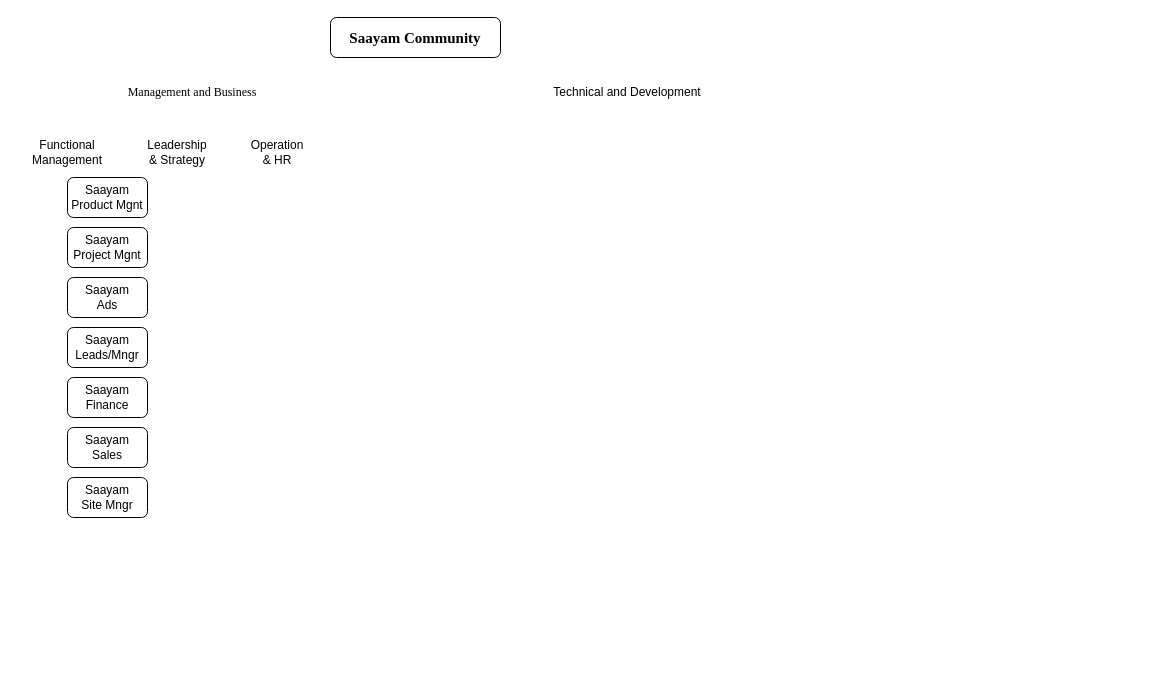
PallaviChitrada10/PallaviChitrada keeps this draw.io diagram as Saayam.drawio. Above is the earlier version. Source tidied: cells renumbered, new cells numbered last; positions are measured from the earlier drawing's top-left corner, leaving out a move shared by most shapes. Both pictures are drawn from the tidied source at 100%, with x=0, y=0 at pixel (37, 17).
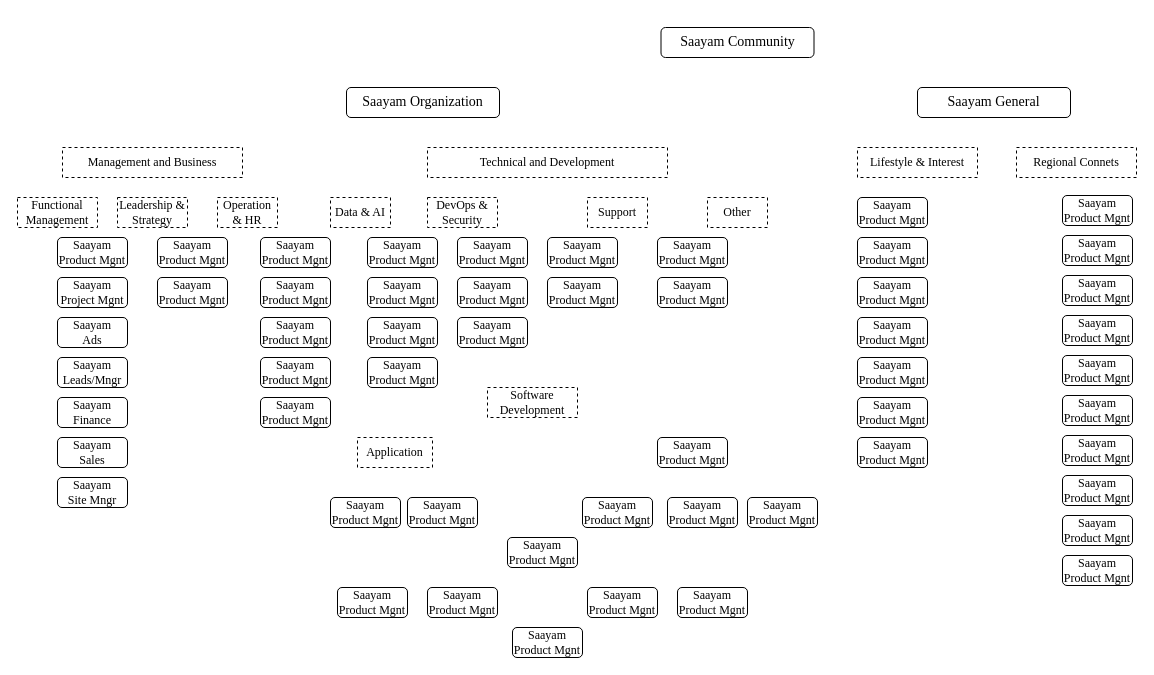
The same page after the edit.

Diff of the diagram source:
```diff
@@
-    <mxCell id="2" value="&lt;font style=&quot;font-size: 15px;&quot;&gt;&lt;b style=&quot;&quot;&gt;Saayam Community&lt;/b&gt;&lt;/font&gt;" style="rounded=1;whiteSpace=wrap;html=1;fontFamily=Times New Roman;" parent="1" vertex="1">
-      <mxGeometry x="293" width="170" height="40" as="geometry" />
+    <mxCell id="2" value="&lt;font&gt;Saayam Organization&lt;/font&gt;" style="rounded=1;whiteSpace=wrap;html=1;fontFamily=Times New Roman;fontSize=14;labelBackgroundColor=none;" parent="1" vertex="1">
+      <mxGeometry x="309" y="70" width="153" height="30" as="geometry" />
     </mxCell>
-    <mxCell id="3" value="Management and Business" style="text;html=1;align=center;verticalAlign=middle;whiteSpace=wrap;rounded=0;fontFamily=Times New Roman;" parent="1" vertex="1">
-      <mxGeometry x="80" y="60" width="150" height="30" as="geometry" />
+    <mxCell id="3" value="Management and Business" style="text;html=1;align=center;verticalAlign=middle;whiteSpace=wrap;rounded=0;fontFamily=Times New Roman;labelBackgroundColor=none;fillColor=default;strokeColor=default;dashed=1;" parent="1" vertex="1">
+      <mxGeometry x="25" y="130" width="180" height="30" as="geometry" />
     </mxCell>
-    <mxCell id="4" value="Technical and Development" style="text;html=1;align=center;verticalAlign=middle;whiteSpace=wrap;rounded=0;" parent="1" vertex="1">
-      <mxGeometry x="470" y="60" width="240" height="30" as="geometry" />
+    <mxCell id="4" value="Technical and Development" style="text;html=1;align=center;verticalAlign=middle;whiteSpace=wrap;rounded=0;fontFamily=Times New Roman;labelBackgroundColor=none;fillColor=default;strokeColor=default;dashed=1;" parent="1" vertex="1">
+      <mxGeometry x="390" y="130" width="240" height="30" as="geometry" />
     </mxCell>
-    <mxCell id="5" value="Leadership &amp;amp; Strategy" style="text;html=1;align=center;verticalAlign=middle;whiteSpace=wrap;rounded=0;" parent="1" vertex="1">
-      <mxGeometry x="110" y="120" width="60" height="30" as="geometry" />
+    <mxCell id="5" value="Leadership &amp;amp; Strategy" style="text;html=1;align=center;verticalAlign=middle;whiteSpace=wrap;rounded=0;fontFamily=Times New Roman;labelBackgroundColor=none;fillColor=default;strokeColor=default;dashed=1;" parent="1" vertex="1">
+      <mxGeometry x="80" y="180" width="70" height="30" as="geometry" />
     </mxCell>
-    <mxCell id="6" value="Operation &amp;amp; HR" style="text;html=1;align=center;verticalAlign=middle;whiteSpace=wrap;rounded=0;" parent="1" vertex="1">
-      <mxGeometry x="210" y="120" width="60" height="30" as="geometry" />
+    <mxCell id="6" value="Operation &amp;amp; HR" style="text;html=1;align=center;verticalAlign=middle;whiteSpace=wrap;rounded=0;fontFamily=Times New Roman;labelBackgroundColor=none;fillColor=default;strokeColor=default;dashed=1;" parent="1" vertex="1">
+      <mxGeometry x="180" y="180" width="60" height="30" as="geometry" />
     </mxCell>
-    <mxCell id="7" value="Functional Management" style="text;html=1;align=center;verticalAlign=middle;whiteSpace=wrap;rounded=0;" parent="1" vertex="1">
-      <mxGeometry y="120" width="60" height="30" as="geometry" />
+    <mxCell id="7" value="Functional Management" style="text;html=1;align=center;verticalAlign=middle;whiteSpace=wrap;rounded=0;fontFamily=Times New Roman;labelBackgroundColor=none;fillColor=default;strokeColor=default;dashed=1;" parent="1" vertex="1">
+      <mxGeometry x="-20" y="180" width="80" height="30" as="geometry" />
     </mxCell>
-    <mxCell id="8" value="Saayam&lt;br&gt;Product Mgnt" style="rounded=1;whiteSpace=wrap;html=1;" parent="1" vertex="1">
-      <mxGeometry x="30" y="160" width="80" height="40" as="geometry" />
+    <mxCell id="8" value="Saayam&lt;br&gt;Product Mgnt" style="rounded=1;whiteSpace=wrap;html=1;fontFamily=Times New Roman;labelBackgroundColor=none;" parent="1" vertex="1">
+      <mxGeometry x="20" y="220" width="70" height="30" as="geometry" />
     </mxCell>
-    <mxCell id="9" value="Saayam&lt;br&gt;Project Mgnt" style="rounded=1;whiteSpace=wrap;html=1;" parent="1" vertex="1">
-      <mxGeometry x="30" y="210" width="80" height="40" as="geometry" />
+    <mxCell id="9" value="Saayam&lt;br&gt;Project Mgnt" style="rounded=1;whiteSpace=wrap;html=1;fontFamily=Times New Roman;labelBackgroundColor=none;" parent="1" vertex="1">
+      <mxGeometry x="20" y="260" width="70" height="30" as="geometry" />
     </mxCell>
-    <mxCell id="10" value="Saayam&lt;br&gt;Ads" style="rounded=1;whiteSpace=wrap;html=1;" parent="1" vertex="1">
-      <mxGeometry x="30" y="260" width="80" height="40" as="geometry" />
+    <mxCell id="10" value="Saayam&lt;br&gt;Ads" style="rounded=1;whiteSpace=wrap;html=1;fontFamily=Times New Roman;labelBackgroundColor=none;" parent="1" vertex="1">
+      <mxGeometry x="20" y="300" width="70" height="30" as="geometry" />
     </mxCell>
-    <mxCell id="11" value="Saayam&lt;br&gt;Leads/Mngr" style="rounded=1;whiteSpace=wrap;html=1;" parent="1" vertex="1">
-      <mxGeometry x="30" y="310" width="80" height="40" as="geometry" />
+    <mxCell id="11" value="Saayam&lt;br&gt;Leads/Mngr" style="rounded=1;whiteSpace=wrap;html=1;fontFamily=Times New Roman;labelBackgroundColor=none;" parent="1" vertex="1">
+      <mxGeometry x="20" y="340" width="70" height="30" as="geometry" />
     </mxCell>
-    <mxCell id="12" value="Saayam&lt;br&gt;Finance" style="rounded=1;whiteSpace=wrap;html=1;" parent="1" vertex="1">
-      <mxGeometry x="30" y="360" width="80" height="40" as="geometry" />
+    <mxCell id="12" value="Saayam&lt;br&gt;Finance" style="rounded=1;whiteSpace=wrap;html=1;fontFamily=Times New Roman;labelBackgroundColor=none;" parent="1" vertex="1">
+      <mxGeometry x="20" y="380" width="70" height="30" as="geometry" />
     </mxCell>
-    <mxCell id="13" value="Saayam&lt;br&gt;Sales" style="rounded=1;whiteSpace=wrap;html=1;" parent="1" vertex="1">
-      <mxGeometry x="30" y="410" width="80" height="40" as="geometry" />
+    <mxCell id="13" value="Saayam&lt;br&gt;Sales" style="rounded=1;whiteSpace=wrap;html=1;fontFamily=Times New Roman;labelBackgroundColor=none;" parent="1" vertex="1">
+      <mxGeometry x="20" y="420" width="70" height="30" as="geometry" />
     </mxCell>
-    <mxCell id="14" value="Saayam&lt;br&gt;Site Mngr" style="rounded=1;whiteSpace=wrap;html=1;" parent="1" vertex="1">
-      <mxGeometry x="30" y="460" width="80" height="40" as="geometry" />
+    <mxCell id="14" value="Saayam&lt;br&gt;Site Mngr" style="rounded=1;whiteSpace=wrap;html=1;fontFamily=Times New Roman;labelBackgroundColor=none;" parent="1" vertex="1">
+      <mxGeometry x="20" y="460" width="70" height="30" as="geometry" />
     </mxCell>
+    <mxCell id="15" value="Saayam&lt;br&gt;Product Mgnt" style="rounded=1;whiteSpace=wrap;html=1;fontFamily=Times New Roman;labelBackgroundColor=none;" parent="1" vertex="1">
+      <mxGeometry x="120" y="220" width="70" height="30" as="geometry" />
+    </mxCell>
+    <mxCell id="16" value="Saayam&lt;br&gt;Product Mgnt" style="rounded=1;whiteSpace=wrap;html=1;fontFamily=Times New Roman;labelBackgroundColor=none;" parent="1" vertex="1">
+      <mxGeometry x="223" y="220" width="70" height="30" as="geometry" />
+    </mxCell>
+    <mxCell id="17" value="Saayam&lt;br&gt;Product Mgnt" style="rounded=1;whiteSpace=wrap;html=1;fontFamily=Times New Roman;labelBackgroundColor=none;" parent="1" vertex="1">
+      <mxGeometry x="120" y="260" width="70" height="30" as="geometry" />
+    </mxCell>
+    <mxCell id="18" value="Saayam&lt;br&gt;Product Mgnt" style="rounded=1;whiteSpace=wrap;html=1;fontFamily=Times New Roman;labelBackgroundColor=none;" parent="1" vertex="1">
+      <mxGeometry x="223" y="260" width="70" height="30" as="geometry" />
+    </mxCell>
+    <mxCell id="19" value="Saayam&lt;br&gt;Product Mgnt" style="rounded=1;whiteSpace=wrap;html=1;fontFamily=Times New Roman;labelBackgroundColor=none;" parent="1" vertex="1">
+      <mxGeometry x="223" y="300" width="70" height="30" as="geometry" />
+    </mxCell>
+    <mxCell id="20" value="Saayam&lt;br&gt;Product Mgnt" style="rounded=1;whiteSpace=wrap;html=1;fontFamily=Times New Roman;labelBackgroundColor=none;" parent="1" vertex="1">
+      <mxGeometry x="223" y="340" width="70" height="30" as="geometry" />
+    </mxCell>
+    <mxCell id="21" value="Saayam&lt;br&gt;Product Mgnt" style="rounded=1;whiteSpace=wrap;html=1;fontFamily=Times New Roman;labelBackgroundColor=none;" parent="1" vertex="1">
+      <mxGeometry x="223" y="380" width="70" height="30" as="geometry" />
+    </mxCell>
+    <mxCell id="22" value="&lt;font&gt;Saayam Community&lt;/font&gt;" style="rounded=1;whiteSpace=wrap;html=1;fontFamily=Times New Roman;fontSize=14;labelBackgroundColor=none;" parent="1" vertex="1">
+      <mxGeometry x="623.5" y="10" width="153" height="30" as="geometry" />
+    </mxCell>
+    <mxCell id="23" value="&lt;font&gt;Saayam General&lt;/font&gt;" style="rounded=1;whiteSpace=wrap;html=1;fontFamily=Times New Roman;fontSize=14;labelBackgroundColor=none;" parent="1" vertex="1">
+      <mxGeometry x="880" y="70" width="153" height="30" as="geometry" />
+    </mxCell>
+    <mxCell id="24" value="Saayam&lt;br&gt;Product Mgnt" style="rounded=1;whiteSpace=wrap;html=1;fontFamily=Times New Roman;labelBackgroundColor=none;" parent="1" vertex="1">
+      <mxGeometry x="330" y="220" width="70" height="30" as="geometry" />
+    </mxCell>
+    <mxCell id="25" value="Saayam&lt;br&gt;Product Mgnt" style="rounded=1;whiteSpace=wrap;html=1;fontFamily=Times New Roman;labelBackgroundColor=none;" parent="1" vertex="1">
+      <mxGeometry x="330" y="260" width="70" height="30" as="geometry" />
+    </mxCell>
+    <mxCell id="26" value="Saayam&lt;br&gt;Product Mgnt" style="rounded=1;whiteSpace=wrap;html=1;fontFamily=Times New Roman;labelBackgroundColor=none;" parent="1" vertex="1">
+      <mxGeometry x="330" y="300" width="70" height="30" as="geometry" />
+    </mxCell>
+    <mxCell id="27" value="Data &amp;amp; AI" style="text;html=1;align=center;verticalAlign=middle;whiteSpace=wrap;rounded=0;fontFamily=Times New Roman;labelBackgroundColor=none;fillColor=default;strokeColor=default;dashed=1;" parent="1" vertex="1">
+      <mxGeometry x="293" y="180" width="60" height="30" as="geometry" />
+    </mxCell>
+    <mxCell id="28" value="Other" style="text;html=1;align=center;verticalAlign=middle;whiteSpace=wrap;rounded=0;fontFamily=Times New Roman;labelBackgroundColor=none;fillColor=default;strokeColor=default;dashed=1;" parent="1" vertex="1">
+      <mxGeometry x="670" y="180" width="60" height="30" as="geometry" />
+    </mxCell>
+    <mxCell id="29" value="DevOps &amp;amp; Security" style="text;html=1;align=center;verticalAlign=middle;whiteSpace=wrap;rounded=0;fontFamily=Times New Roman;labelBackgroundColor=none;fillColor=default;strokeColor=default;dashed=1;" parent="1" vertex="1">
+      <mxGeometry x="390" y="180" width="70" height="30" as="geometry" />
+    </mxCell>
+    <mxCell id="30" value="Support" style="text;html=1;align=center;verticalAlign=middle;whiteSpace=wrap;rounded=0;fontFamily=Times New Roman;labelBackgroundColor=none;fillColor=default;strokeColor=default;dashed=1;" parent="1" vertex="1">
+      <mxGeometry x="550" y="180" width="60" height="30" as="geometry" />
+    </mxCell>
+    <mxCell id="31" value="Saayam&lt;br&gt;Product Mgnt" style="rounded=1;whiteSpace=wrap;html=1;fontFamily=Times New Roman;labelBackgroundColor=none;" parent="1" vertex="1">
+      <mxGeometry x="330" y="340" width="70" height="30" as="geometry" />
+    </mxCell>
+    <mxCell id="32" value="Saayam&lt;br&gt;Product Mgnt" style="rounded=1;whiteSpace=wrap;html=1;fontFamily=Times New Roman;labelBackgroundColor=none;" parent="1" vertex="1">
+      <mxGeometry x="420" y="220" width="70" height="30" as="geometry" />
+    </mxCell>
+    <mxCell id="33" value="Saayam&lt;br&gt;Product Mgnt" style="rounded=1;whiteSpace=wrap;html=1;fontFamily=Times New Roman;labelBackgroundColor=none;" parent="1" vertex="1">
+      <mxGeometry x="420" y="260" width="70" height="30" as="geometry" />
+    </mxCell>
+    <mxCell id="34" value="Saayam&lt;br&gt;Product Mgnt" style="rounded=1;whiteSpace=wrap;html=1;fontFamily=Times New Roman;labelBackgroundColor=none;" parent="1" vertex="1">
+      <mxGeometry x="420" y="300" width="70" height="30" as="geometry" />
+    </mxCell>
+    <mxCell id="35" value="Saayam&lt;br&gt;Product Mgnt" style="rounded=1;whiteSpace=wrap;html=1;fontFamily=Times New Roman;labelBackgroundColor=none;" parent="1" vertex="1">
+      <mxGeometry x="510" y="220" width="70" height="30" as="geometry" />
+    </mxCell>
+    <mxCell id="36" value="Saayam&lt;br&gt;Product Mgnt" style="rounded=1;whiteSpace=wrap;html=1;fontFamily=Times New Roman;labelBackgroundColor=none;" parent="1" vertex="1">
+      <mxGeometry x="510" y="260" width="70" height="30" as="geometry" />
+    </mxCell>
+    <mxCell id="37" value="Saayam&lt;br&gt;Product Mgnt" style="rounded=1;whiteSpace=wrap;html=1;fontFamily=Times New Roman;labelBackgroundColor=none;" parent="1" vertex="1">
+      <mxGeometry x="620" y="220" width="70" height="30" as="geometry" />
+    </mxCell>
+    <mxCell id="38" value="Saayam&lt;br&gt;Product Mgnt" style="rounded=1;whiteSpace=wrap;html=1;fontFamily=Times New Roman;labelBackgroundColor=none;" parent="1" vertex="1">
+      <mxGeometry x="620" y="260" width="70" height="30" as="geometry" />
+    </mxCell>
+    <mxCell id="39" value="Software Development" style="text;html=1;align=center;verticalAlign=middle;whiteSpace=wrap;rounded=0;fontFamily=Times New Roman;labelBackgroundColor=none;fillColor=default;strokeColor=default;dashed=1;" parent="1" vertex="1">
+      <mxGeometry x="450" y="370" width="90" height="30" as="geometry" />
+    </mxCell>
+    <mxCell id="40" value="Application" style="text;html=1;align=center;verticalAlign=middle;whiteSpace=wrap;rounded=0;fontFamily=Times New Roman;labelBackgroundColor=none;fillColor=default;strokeColor=default;dashed=1;" parent="1" vertex="1">
+      <mxGeometry x="320" y="420" width="75" height="30" as="geometry" />
+    </mxCell>
+    <mxCell id="41" value="Saayam&lt;br&gt;Product Mgnt" style="rounded=1;whiteSpace=wrap;html=1;fontFamily=Times New Roman;labelBackgroundColor=none;" parent="1" vertex="1">
+      <mxGeometry x="293" y="480" width="70" height="30" as="geometry" />
+    </mxCell>
+    <mxCell id="42" value="Saayam&lt;br&gt;Product Mgnt" style="rounded=1;whiteSpace=wrap;html=1;fontFamily=Times New Roman;labelBackgroundColor=none;" parent="1" vertex="1">
+      <mxGeometry x="370" y="480" width="70" height="30" as="geometry" />
+    </mxCell>
+    <mxCell id="43" value="Saayam&lt;br&gt;Product Mgnt" style="rounded=1;whiteSpace=wrap;html=1;fontFamily=Times New Roman;labelBackgroundColor=none;" parent="1" vertex="1">
+      <mxGeometry x="470" y="520" width="70" height="30" as="geometry" />
+    </mxCell>
+    <mxCell id="44" value="Saayam&lt;br&gt;Product Mgnt" style="rounded=1;whiteSpace=wrap;html=1;fontFamily=Times New Roman;labelBackgroundColor=none;" parent="1" vertex="1">
+      <mxGeometry x="620" y="420" width="70" height="30" as="geometry" />
+    </mxCell>
+    <mxCell id="45" value="Saayam&lt;br&gt;Product Mgnt" style="rounded=1;whiteSpace=wrap;html=1;fontFamily=Times New Roman;labelBackgroundColor=none;" parent="1" vertex="1">
+      <mxGeometry x="300" y="570" width="70" height="30" as="geometry" />
+    </mxCell>
+    <mxCell id="46" value="Saayam&lt;br&gt;Product Mgnt" style="rounded=1;whiteSpace=wrap;html=1;fontFamily=Times New Roman;labelBackgroundColor=none;" parent="1" vertex="1">
+      <mxGeometry x="390" y="570" width="70" height="30" as="geometry" />
+    </mxCell>
+    <mxCell id="47" value="Saayam&lt;br&gt;Product Mgnt" style="rounded=1;whiteSpace=wrap;html=1;fontFamily=Times New Roman;labelBackgroundColor=none;" parent="1" vertex="1">
+      <mxGeometry x="475" y="610" width="70" height="30" as="geometry" />
+    </mxCell>
+    <mxCell id="48" value="Saayam&lt;br&gt;Product Mgnt" style="rounded=1;whiteSpace=wrap;html=1;fontFamily=Times New Roman;labelBackgroundColor=none;" parent="1" vertex="1">
+      <mxGeometry x="550" y="570" width="70" height="30" as="geometry" />
+    </mxCell>
+    <mxCell id="49" value="Saayam&lt;br&gt;Product Mgnt" style="rounded=1;whiteSpace=wrap;html=1;fontFamily=Times New Roman;labelBackgroundColor=none;" parent="1" vertex="1">
+      <mxGeometry x="640" y="570" width="70" height="30" as="geometry" />
+    </mxCell>
+    <mxCell id="50" value="Saayam&lt;br&gt;Product Mgnt" style="rounded=1;whiteSpace=wrap;html=1;fontFamily=Times New Roman;labelBackgroundColor=none;" parent="1" vertex="1">
+      <mxGeometry x="545" y="480" width="70" height="30" as="geometry" />
+    </mxCell>
+    <mxCell id="51" value="Saayam&lt;br&gt;Product Mgnt" style="rounded=1;whiteSpace=wrap;html=1;fontFamily=Times New Roman;labelBackgroundColor=none;" parent="1" vertex="1">
+      <mxGeometry x="630" y="480" width="70" height="30" as="geometry" />
+    </mxCell>
+    <mxCell id="52" value="Saayam&lt;br&gt;Product Mgnt" style="rounded=1;whiteSpace=wrap;html=1;fontFamily=Times New Roman;labelBackgroundColor=none;" parent="1" vertex="1">
+      <mxGeometry x="710" y="480" width="70" height="30" as="geometry" />
+    </mxCell>
+    <mxCell id="53" value="Lifestyle &amp;amp; Interest" style="text;html=1;align=center;verticalAlign=middle;whiteSpace=wrap;rounded=0;fontFamily=Times New Roman;labelBackgroundColor=none;fillColor=default;strokeColor=default;dashed=1;" parent="1" vertex="1">
+      <mxGeometry x="820" y="130" width="120" height="30" as="geometry" />
+    </mxCell>
+    <mxCell id="54" value="Regional Connets" style="text;html=1;align=center;verticalAlign=middle;whiteSpace=wrap;rounded=0;fontFamily=Times New Roman;labelBackgroundColor=none;fillColor=default;strokeColor=default;dashed=1;" parent="1" vertex="1">
+      <mxGeometry x="979" y="130" width="120" height="30" as="geometry" />
+    </mxCell>
+    <mxCell id="55" value="Saayam&lt;br&gt;Product Mgnt" style="rounded=1;whiteSpace=wrap;html=1;fontFamily=Times New Roman;labelBackgroundColor=none;" parent="1" vertex="1">
+      <mxGeometry x="820" y="180" width="70" height="30" as="geometry" />
+    </mxCell>
+    <mxCell id="56" value="Saayam&lt;br&gt;Product Mgnt" style="rounded=1;whiteSpace=wrap;html=1;fontFamily=Times New Roman;labelBackgroundColor=none;" parent="1" vertex="1">
+      <mxGeometry x="820" y="220" width="70" height="30" as="geometry" />
+    </mxCell>
+    <mxCell id="57" value="Saayam&lt;br&gt;Product Mgnt" style="rounded=1;whiteSpace=wrap;html=1;fontFamily=Times New Roman;labelBackgroundColor=none;" parent="1" vertex="1">
+      <mxGeometry x="820" y="260" width="70" height="30" as="geometry" />
+    </mxCell>
+    <mxCell id="58" value="Saayam&lt;br&gt;Product Mgnt" style="rounded=1;whiteSpace=wrap;html=1;fontFamily=Times New Roman;labelBackgroundColor=none;" parent="1" vertex="1">
+      <mxGeometry x="820" y="300" width="70" height="30" as="geometry" />
+    </mxCell>
+    <mxCell id="59" value="Saayam&lt;br&gt;Product Mgnt" style="rounded=1;whiteSpace=wrap;html=1;fontFamily=Times New Roman;labelBackgroundColor=none;" parent="1" vertex="1">
+      <mxGeometry x="820" y="340" width="70" height="30" as="geometry" />
+    </mxCell>
+    <mxCell id="60" value="Saayam&lt;br&gt;Product Mgnt" style="rounded=1;whiteSpace=wrap;html=1;fontFamily=Times New Roman;labelBackgroundColor=none;" parent="1" vertex="1">
+      <mxGeometry x="820" y="380" width="70" height="30" as="geometry" />
+    </mxCell>
+    <mxCell id="61" value="Saayam&lt;br&gt;Product Mgnt" style="rounded=1;whiteSpace=wrap;html=1;fontFamily=Times New Roman;labelBackgroundColor=none;" parent="1" vertex="1">
+      <mxGeometry x="820" y="420" width="70" height="30" as="geometry" />
+    </mxCell>
+    <mxCell id="62" value="Saayam&lt;br&gt;Product Mgnt" style="rounded=1;whiteSpace=wrap;html=1;fontFamily=Times New Roman;labelBackgroundColor=none;" parent="1" vertex="1">
+      <mxGeometry x="1025" y="178" width="70" height="30" as="geometry" />
+    </mxCell>
+    <mxCell id="63" value="Saayam&lt;br&gt;Product Mgnt" style="rounded=1;whiteSpace=wrap;html=1;fontFamily=Times New Roman;labelBackgroundColor=none;" parent="1" vertex="1">
+      <mxGeometry x="1025" y="218" width="70" height="30" as="geometry" />
+    </mxCell>
+    <mxCell id="64" value="Saayam&lt;br&gt;Product Mgnt" style="rounded=1;whiteSpace=wrap;html=1;fontFamily=Times New Roman;labelBackgroundColor=none;" parent="1" vertex="1">
+      <mxGeometry x="1025" y="258" width="70" height="30" as="geometry" />
+    </mxCell>
+    <mxCell id="65" value="Saayam&lt;br&gt;Product Mgnt" style="rounded=1;whiteSpace=wrap;html=1;fontFamily=Times New Roman;labelBackgroundColor=none;" parent="1" vertex="1">
+      <mxGeometry x="1025" y="298" width="70" height="30" as="geometry" />
+    </mxCell>
+    <mxCell id="66" value="Saayam&lt;br&gt;Product Mgnt" style="rounded=1;whiteSpace=wrap;html=1;fontFamily=Times New Roman;labelBackgroundColor=none;" parent="1" vertex="1">
+      <mxGeometry x="1025" y="338" width="70" height="30" as="geometry" />
+    </mxCell>
+    <mxCell id="67" value="Saayam&lt;br&gt;Product Mgnt" style="rounded=1;whiteSpace=wrap;html=1;fontFamily=Times New Roman;labelBackgroundColor=none;" parent="1" vertex="1">
+      <mxGeometry x="1025" y="378" width="70" height="30" as="geometry" />
+    </mxCell>
+    <mxCell id="68" value="Saayam&lt;br&gt;Product Mgnt" style="rounded=1;whiteSpace=wrap;html=1;fontFamily=Times New Roman;labelBackgroundColor=none;" parent="1" vertex="1">
+      <mxGeometry x="1025" y="418" width="70" height="30" as="geometry" />
+    </mxCell>
+    <mxCell id="69" value="Saayam&lt;br&gt;Product Mgnt" style="rounded=1;whiteSpace=wrap;html=1;fontFamily=Times New Roman;labelBackgroundColor=none;" parent="1" vertex="1">
+      <mxGeometry x="1025" y="458" width="70" height="30" as="geometry" />
+    </mxCell>
+    <mxCell id="70" value="Saayam&lt;br&gt;Product Mgnt" style="rounded=1;whiteSpace=wrap;html=1;fontFamily=Times New Roman;labelBackgroundColor=none;" parent="1" vertex="1">
+      <mxGeometry x="1025" y="498" width="70" height="30" as="geometry" />
+    </mxCell>
+    <mxCell id="71" value="Saayam&lt;br&gt;Product Mgnt" style="rounded=1;whiteSpace=wrap;html=1;fontFamily=Times New Roman;labelBackgroundColor=none;" parent="1" vertex="1">
+      <mxGeometry x="1025" y="538" width="70" height="30" as="geometry" />
+    </mxCell>
```
